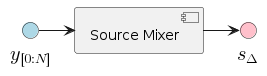
Earlier version of the PlantUML export afm_spm_components/images/source_mixer_simple.png (nsulmol/documentation). Its diagram source:
```plantuml
@startuml
!include style.puml

!startsub component
component "Source Mixer" as source_mixer_simple
interface "<latex>y_{[0:N]}</latex>" <<input>> as y_ts
interface "<latex>s_{\Delta}</latex>" <<output>> as s_del

y_ts -> source_mixer_simple
source_mixer_simple -> s_del
!endsub

@enduml
```
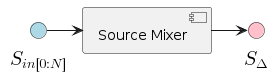
Above is the later version.

Change to the diagram source:
```diff
@@ -3,8 +3,8 @@
 
 !startsub component
 component "Source Mixer" as source_mixer_simple
-interface "<latex>y_{[0:N]}</latex>" <<input>> as y_ts
-interface "<latex>s_{\Delta}</latex>" <<output>> as s_del
+interface "<latex>S_{in[0:N]}</latex>" <<input>> as y_ts
+interface "<latex>S_{\Delta}</latex>" <<output>> as s_del
 
 y_ts -> source_mixer_simple
 source_mixer_simple -> s_del
```
